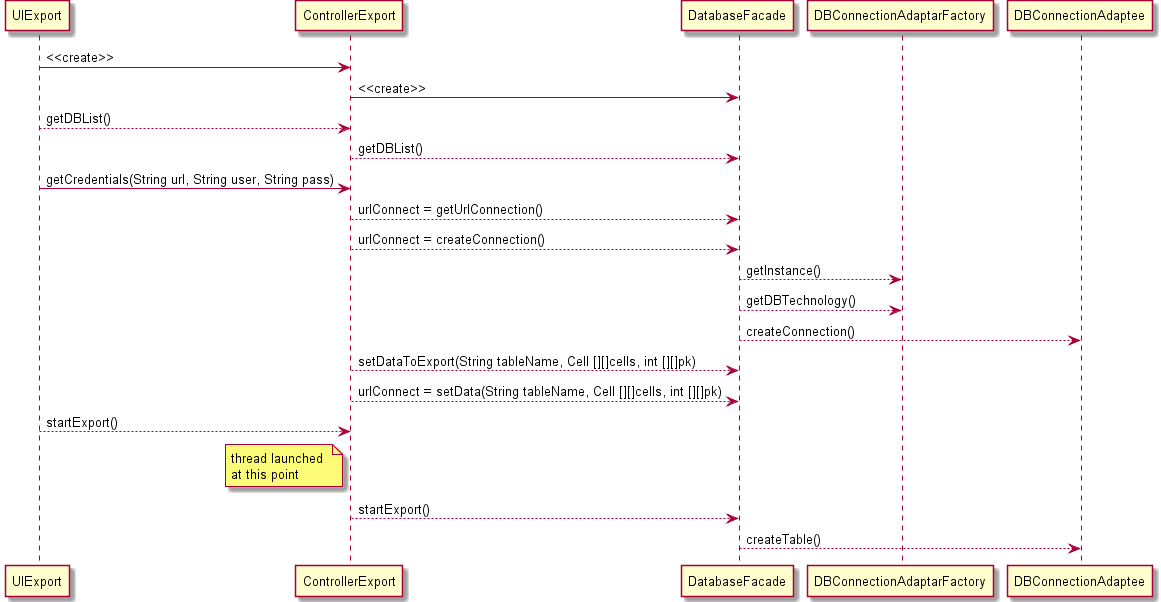
askpt/LAPR4 keeps this PlantUML diagram as docs/1111168/Diagrams/use_case_realization_DBexport.png. Above is the earlier version. Source of this version:
```plantuml
@startuml
UIExport -> ControllerExport: <<create>>
ControllerExport -> DatabaseFacade: <<create>>
UIExport --> ControllerExport: getDBList()
ControllerExport --> DatabaseFacade: getDBList()
UIExport -> ControllerExport: getCredentials(String url, String user, String pass)
ControllerExport --> DatabaseFacade: urlConnect = getUrlConnection()
ControllerExport --> DatabaseFacade: urlConnect = createConnection()
DatabaseFacade --> DBConnectionAdaptarFactory: getInstance()
DatabaseFacade --> DBConnectionAdaptarFactory: getDBTechnology()
DatabaseFacade --> DBConnectionAdaptee: createConnection()
ControllerExport --> DatabaseFacade: setDataToExport(String tableName, Cell [][]cells, int [][]pk)
ControllerExport --> DatabaseFacade: urlConnect = setData(String tableName, Cell [][]cells, int [][]pk)
UIExport --> ControllerExport: startExport()
note left of ControllerExport
 thread launched
 at this point
end note
ControllerExport --> DatabaseFacade: startExport()
DatabaseFacade --> DBConnectionAdaptee: createTable()
@enduml
```
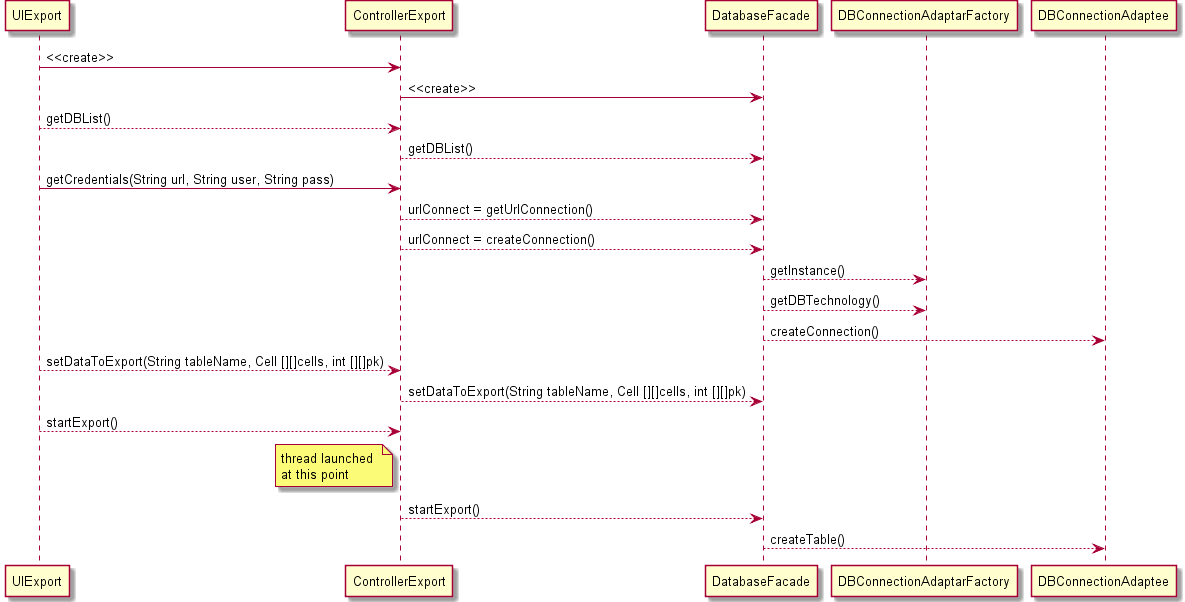
The same file after the commit.

Commit message:
1111168: added uc_realization DBimport ref #9

Diff of the diagram source:
```diff
@@ -9,8 +9,8 @@
 DatabaseFacade --> DBConnectionAdaptarFactory: getInstance()
 DatabaseFacade --> DBConnectionAdaptarFactory: getDBTechnology()
 DatabaseFacade --> DBConnectionAdaptee: createConnection()
+UIExport --> ControllerExport: setDataToExport(String tableName, Cell [][]cells, int [][]pk)
 ControllerExport --> DatabaseFacade: setDataToExport(String tableName, Cell [][]cells, int [][]pk)
-ControllerExport --> DatabaseFacade: urlConnect = setData(String tableName, Cell [][]cells, int [][]pk)
 UIExport --> ControllerExport: startExport()
 note left of ControllerExport
  thread launched
```
